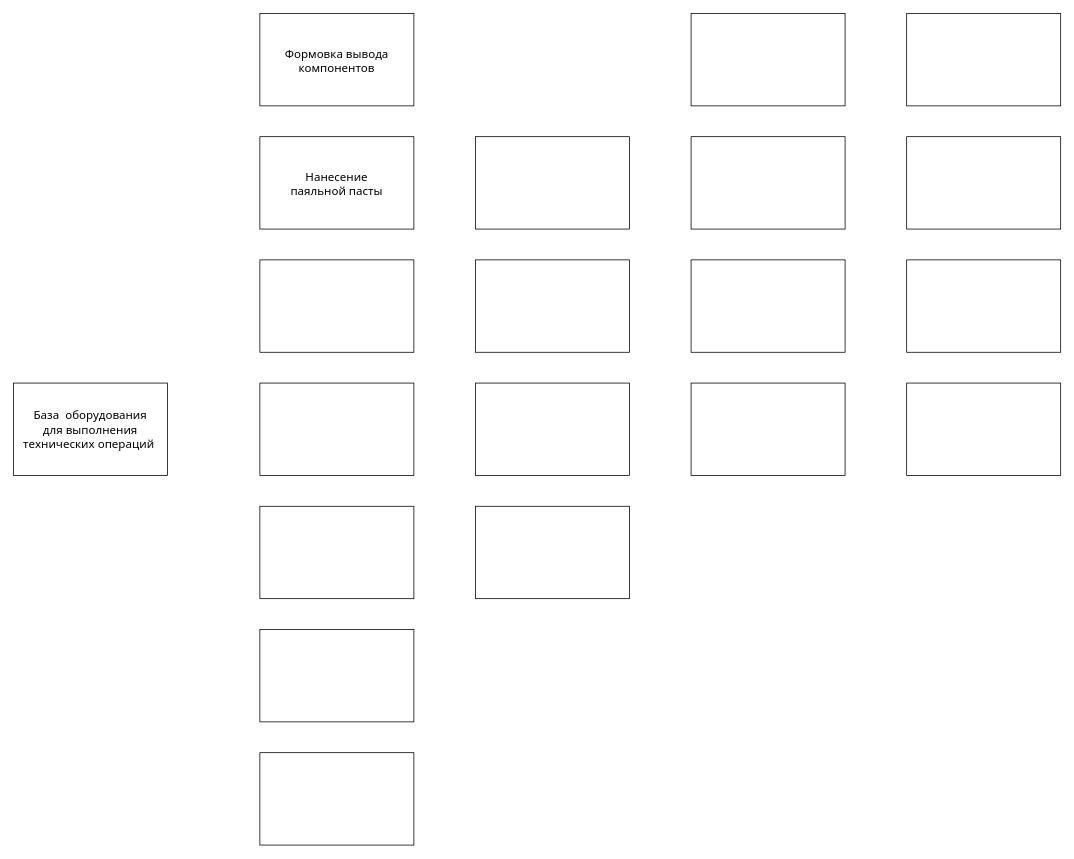
Before: Unititle 1.drawio in khanhbg339/Myproject, a draw.io diagram. Source tidied: cells renumbered, new cells numbered last; positions are measured from the earlier drawing's top-left corner, leaving out a move shared by most shapes. Both pictures are drawn from the tidied source at 77%, with x=0, y=0 at pixel (13, 13).
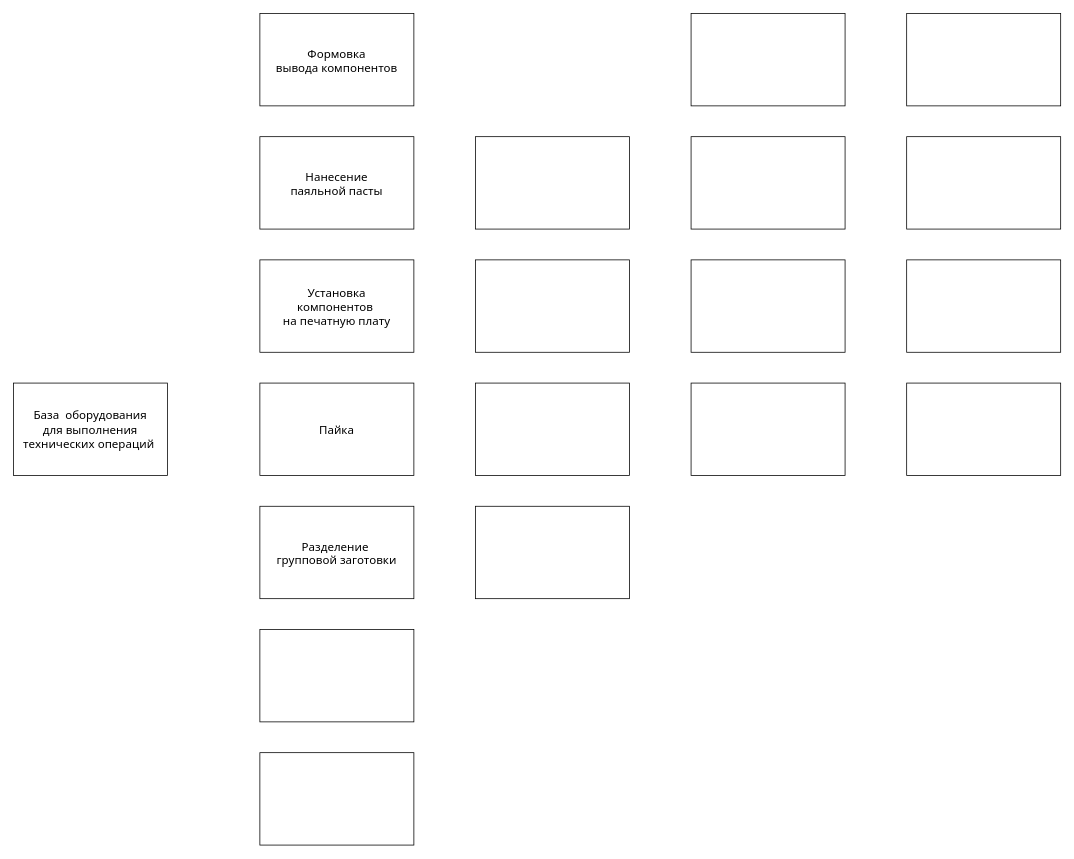
After the change.

Change to the diagram source:
```diff
@@
-    <mxCell id="4" style="rounded=0;whiteSpace=wrap;html=1;fontFamily=Tahoma;fontSize=15;" parent="1" vertex="1">
+    <mxCell id="4" value="Установка &lt;br&gt;компонентов&amp;nbsp;&lt;br&gt;на печатную плату" style="rounded=0;whiteSpace=wrap;html=1;fontFamily=Tahoma;fontSize=15;" parent="1" vertex="1">
       <mxGeometry x="320" y="320" width="200" height="120" as="geometry" />
     </mxCell>
-    <mxCell id="5" value="Формовка вывода компонентов" style="rounded=0;whiteSpace=wrap;html=1;fontFamily=Tahoma;fontSize=15;" parent="1" vertex="1">
+    <mxCell id="5" value="Формовка &lt;br&gt;вывода компонентов" style="rounded=0;whiteSpace=wrap;html=1;fontFamily=Tahoma;fontSize=15;" parent="1" vertex="1">
       <mxGeometry x="320" width="200" height="120" as="geometry" />
     </mxCell>
-    <mxCell id="6" style="rounded=0;whiteSpace=wrap;html=1;fontFamily=Tahoma;fontSize=15;" parent="1" vertex="1">
+    <mxCell id="6" value="Пайка" style="rounded=0;whiteSpace=wrap;html=1;fontFamily=Tahoma;fontSize=15;" parent="1" vertex="1">
       <mxGeometry x="320" y="480" width="200" height="120" as="geometry" />
     </mxCell>
-    <mxCell id="7" style="rounded=0;whiteSpace=wrap;html=1;fontFamily=Tahoma;fontSize=15;" parent="1" vertex="1">
+    <mxCell id="7" value="Разделение&amp;nbsp;&lt;br&gt;групповой заготовки" style="rounded=0;whiteSpace=wrap;html=1;fontFamily=Tahoma;fontSize=15;" parent="1" vertex="1">
       <mxGeometry x="320" y="640" width="200" height="120" as="geometry" />
     </mxCell>
```
